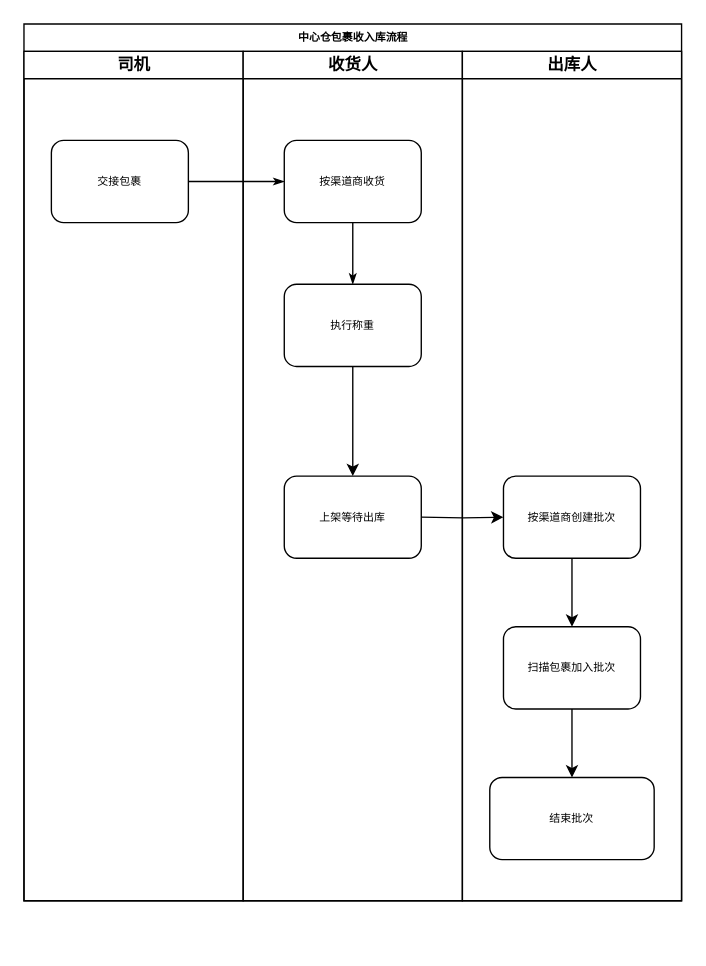
Earlier version of the draw.io diagram 易多客包裹收入库.drawio (maclxf/ProjectDraw). Source tidied: cells renumbered, new cells numbered last; positions are measured from the earlier drawing's top-left corner, leaving out a move shared by most shapes. Both pictures are drawn from the tidied source at 137%, with x=0, y=0 at pixel (23, 23).
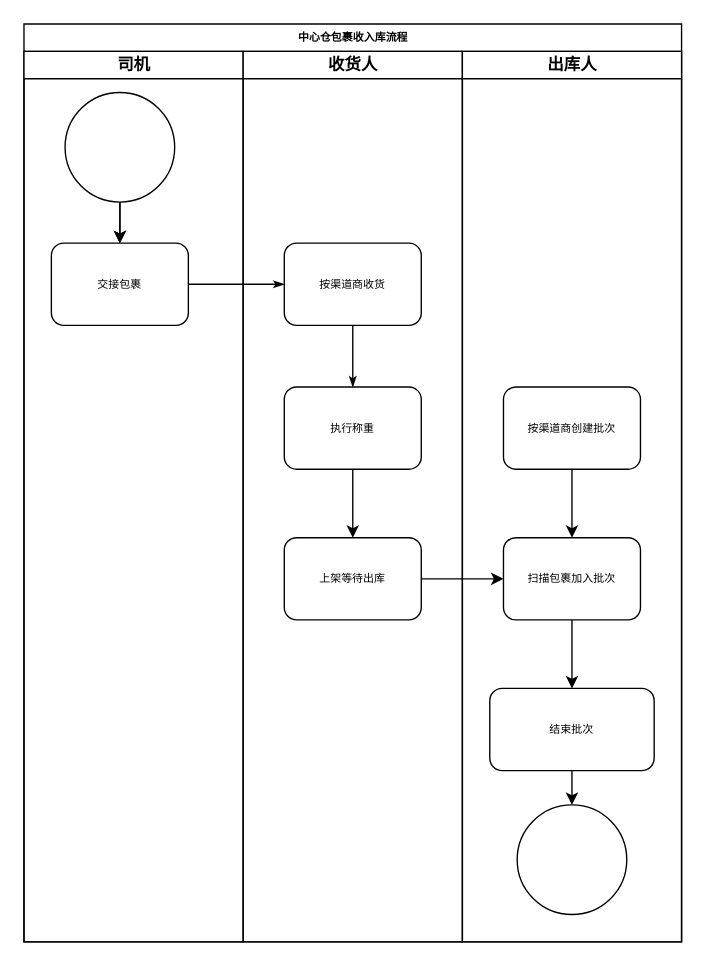
Above is the later version.

Commit message:
Update 易多客包裹收入库.drawio

Change to the diagram source:
```diff
@@
     <mxCell id="2" value="中心仓包裹收入库流程" style="swimlane;html=1;startSize=20;rounded=0;shadow=0;labelBackgroundColor=none;strokeWidth=1;fontFamily=Verdana;fontSize=8;align=center;" parent="1" vertex="1">
-      <mxGeometry width="480" height="640" as="geometry" />
+      <mxGeometry width="480" height="670" as="geometry" />
     </mxCell>
     <mxCell id="3" value="司机" style="swimlane;html=1;startSize=20;" parent="2" vertex="1">
-      <mxGeometry y="20" width="160" height="620" as="geometry" />
+      <mxGeometry y="20" width="160" height="650" as="geometry" />
     </mxCell>
     <mxCell id="4" value="交接包裹" style="rounded=1;whiteSpace=wrap;html=1;shadow=0;labelBackgroundColor=none;strokeWidth=1;fontFamily=Verdana;fontSize=8;align=center;" parent="3" vertex="1">
-      <mxGeometry x="20" y="65" width="100" height="60" as="geometry" />
+      <mxGeometry x="20" y="140" width="100" height="60" as="geometry" />
     </mxCell>
+    <mxCell id="19" style="edgeStyle=orthogonalEdgeStyle;rounded=0;jettySize=auto;html=1;" parent="3" edge="1" source="20" target="4">
+      <mxGeometry relative="1" as="geometry" />
+    </mxCell>
+    <mxCell id="20" style="ellipse;whiteSpace=wrap;html=1;" parent="3" vertex="1">
+      <mxGeometry x="30" y="30" width="80" height="80" as="geometry" />
+    </mxCell>
@@
+    <mxCell id="21" style="edgeStyle=orthogonalEdgeStyle;rounded=0;jettySize=auto;html=1;entryX=0;entryY=0.5;entryDx=0;entryDy=0;" parent="2" edge="1" source="11" target="16">
+      <mxGeometry relative="1" as="geometry" />
+    </mxCell>
     <mxCell id="6" value="收货人" style="swimlane;html=1;startSize=20;" parent="2" vertex="1">
-      <mxGeometry x="160" y="20" width="160" height="620" as="geometry" />
+      <mxGeometry x="160" y="20" width="160" height="650" as="geometry" />
     </mxCell>
     <mxCell id="7" value="按渠道商收货" style="rounded=1;whiteSpace=wrap;html=1;shadow=0;labelBackgroundColor=none;strokeWidth=1;fontFamily=Verdana;fontSize=8;align=center;" parent="6" vertex="1">
-      <mxGeometry x="30" y="65" width="100" height="60" as="geometry" />
+      <mxGeometry x="30" y="140" width="100" height="60" as="geometry" />
     </mxCell>
@@
     <mxCell id="9" value="执行称重" style="rounded=1;whiteSpace=wrap;html=1;shadow=0;labelBackgroundColor=none;strokeWidth=1;fontFamily=Verdana;fontSize=8;align=center;" parent="6" vertex="1">
-      <mxGeometry x="30" y="170" width="100" height="60" as="geometry" />
+      <mxGeometry x="30" y="245" width="100" height="60" as="geometry" />
     </mxCell>
     <mxCell id="10" style="edgeStyle=orthogonalEdgeStyle;rounded=1;html=1;labelBackgroundColor=none;startArrow=none;startFill=0;startSize=5;endArrow=classicThin;endFill=1;endSize=5;jettySize=auto;strokeWidth=1;fontFamily=Verdana;fontSize=8;" parent="6" edge="1" source="7" target="9">
       <mxGeometry relative="1" as="geometry">
         <Array as="points">
-          <mxPoint x="80" y="190" />
-          <mxPoint x="80" y="190" />
+          <mxPoint x="80" y="265" />
+          <mxPoint x="80" y="265" />
         </Array>
       </mxGeometry>
     </mxCell>
     <mxCell id="11" value="上架等待出库" style="rounded=1;whiteSpace=wrap;html=1;shadow=0;labelBackgroundColor=none;strokeWidth=1;fontFamily=Verdana;fontSize=8;align=center;" parent="6" vertex="1">
-      <mxGeometry x="30" y="310" width="100" height="60" as="geometry" />
+      <mxGeometry x="30" y="355" width="100" height="60" as="geometry" />
     </mxCell>
     <mxCell id="12" value="出库人" style="swimlane;html=1;startSize=20;" parent="2" vertex="1">
-      <mxGeometry x="320" y="20" width="160" height="620" as="geometry" />
+      <mxGeometry x="320" y="20" width="160" height="650" as="geometry" />
     </mxCell>
@@
     <mxCell id="14" value="按渠道商创建批次" style="rounded=1;whiteSpace=wrap;html=1;shadow=0;labelBackgroundColor=none;strokeWidth=1;fontFamily=Verdana;fontSize=8;align=center;" parent="12" vertex="1">
-      <mxGeometry x="30" y="310" width="100" height="60" as="geometry" />
+      <mxGeometry x="30" y="245" width="100" height="60" as="geometry" />
     </mxCell>
@@
     <mxCell id="16" value="扫描包裹加入批次" style="rounded=1;whiteSpace=wrap;html=1;shadow=0;labelBackgroundColor=none;strokeWidth=1;fontFamily=Verdana;fontSize=8;align=center;" parent="12" vertex="1">
-      <mxGeometry x="30" y="420" width="100" height="60" as="geometry" />
+      <mxGeometry x="30" y="355" width="100" height="60" as="geometry" />
     </mxCell>
+    <mxCell id="22" style="edgeStyle=orthogonalEdgeStyle;rounded=0;jettySize=auto;html=1;entryX=0.5;entryY=0;entryDx=0;entryDy=0;" parent="12" edge="1" source="17" target="23">
+      <mxGeometry relative="1" as="geometry" />
+    </mxCell>
     <mxCell id="17" value="结束批次" style="whiteSpace=wrap;html=1;fontSize=8;fontFamily=Verdana;rounded=1;shadow=0;labelBackgroundColor=none;strokeWidth=1;" parent="12" vertex="1">
-      <mxGeometry x="20" y="530" width="120" height="60" as="geometry" />
+      <mxGeometry x="20" y="465" width="120" height="60" as="geometry" />
     </mxCell>
-    <mxCell id="18" style="edgeStyle=orthogonalEdgeStyle;rounded=0;jettySize=auto;html=1;" parent="2" edge="1" target="14">
-      <mxGeometry relative="1" as="geometry">
-        <mxPoint x="290" y="360" as="sourcePoint" />
-      </mxGeometry>
-    </mxCell>
+    <mxCell id="23" style="ellipse;whiteSpace=wrap;html=1;" parent="12" vertex="1">
+      <mxGeometry x="40" y="550" width="80" height="80" as="geometry" />
+    </mxCell>
+    <mxCell id="24" style="edgeStyle=orthogonalEdgeStyle;rounded=0;jettySize=auto;html=1;" parent="1" edge="1" source="20">
+      <mxGeometry relative="1" as="geometry">
+        <mxPoint x="70" y="160" as="targetPoint" />
+      </mxGeometry>
+    </mxCell>
```
